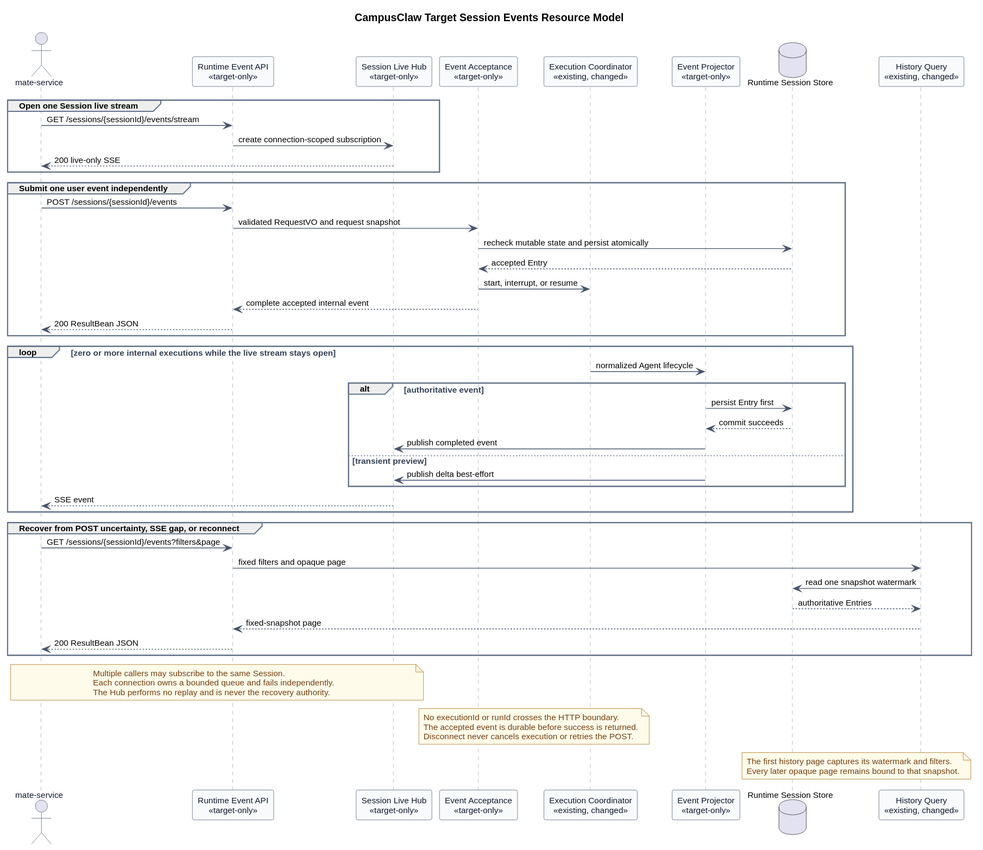
This is 01-总体架构/01-CampusClaw多Agent运行时/设计图/事件接口重设计/target_session_events_resource_model.svg from ssm0808/pi-mono-java-design, a PlantUML export, as it was before one commit. Source of this version:
```plantuml
@startuml
title CampusClaw Target Session Events Resource Model


skinparam backgroundColor #FFFFFF
skinparam shadowing false
skinparam defaultFontName Arial
skinparam defaultFontSize 11
skinparam sequence {
  ArrowColor #475569
  ActorBorderColor #475569
  ActorFontColor #0F172A
  LifeLineBorderColor #94A3B8
  LifeLineBackgroundColor #F8FAFC
  ParticipantBorderColor #475569
  ParticipantBackgroundColor #F8FAFC
  ParticipantFontColor #0F172A
  GroupBorderColor #64748B
  GroupFontColor #334155
}
skinparam note {
  BackgroundColor #FFFBEA
  BorderColor #A16207
  FontColor #713F12
}

actor "mate-service" as Mate
participant "Runtime Event API\n<<target-only>>" as API
participant "Session Live Hub\n<<target-only>>" as Hub
participant "Event Acceptance\n<<target-only>>" as Accept
participant "Execution Coordinator\n<<existing, changed>>" as Execution
participant "Event Projector\n<<target-only>>" as Projector
database "Runtime Session Store" as Store
participant "History Query\n<<existing, changed>>" as Query

group Open one Session live stream
  Mate -> API : GET /sessions/{sessionId}/events/stream
  API -> Hub : create connection-scoped subscription
  Hub --> Mate : 200 live-only SSE
end

group Submit one user event independently
  Mate -> API : POST /sessions/{sessionId}/events
  API -> Accept : validated RequestVO and request snapshot
  Accept -> Store : recheck mutable state and persist atomically
  Store --> Accept : accepted Entry
  Accept -> Execution : start, interrupt, or resume
  Accept --> API : complete accepted internal event
  API --> Mate : 200 ResultBean JSON
end

loop zero or more internal executions while the live stream stays open
  Execution -> Projector : normalized Agent lifecycle
  alt authoritative event
    Projector -> Store : persist Entry first
    Store --> Projector : commit succeeds
    Projector -> Hub : publish completed event
  else transient preview
    Projector -> Hub : publish delta best-effort
  end
  Hub --> Mate : SSE event
end

group Recover from POST uncertainty, SSE gap, or reconnect
  Mate -> API : GET /sessions/{sessionId}/events?filters&page
  API -> Query : fixed filters and opaque page
  Query -> Store : read one snapshot watermark
  Store --> Query : authoritative Entries
  Query --> API : fixed-snapshot page
  API --> Mate : 200 ResultBean JSON
end

note over Mate,Hub
Multiple callers may subscribe to the same Session.
Each connection owns a bounded queue and fails independently.
The Hub performs no replay and is never the recovery authority.
end note

note over Accept,Execution
No executionId or runId crosses the HTTP boundary.
The accepted event is durable before success is returned.
Disconnect never cancels execution or retries the POST.
end note

note over Store,Query
The first history page captures its watermark and filters.
Every later opaque page remains bound to that snapshot.
end note
@enduml
```
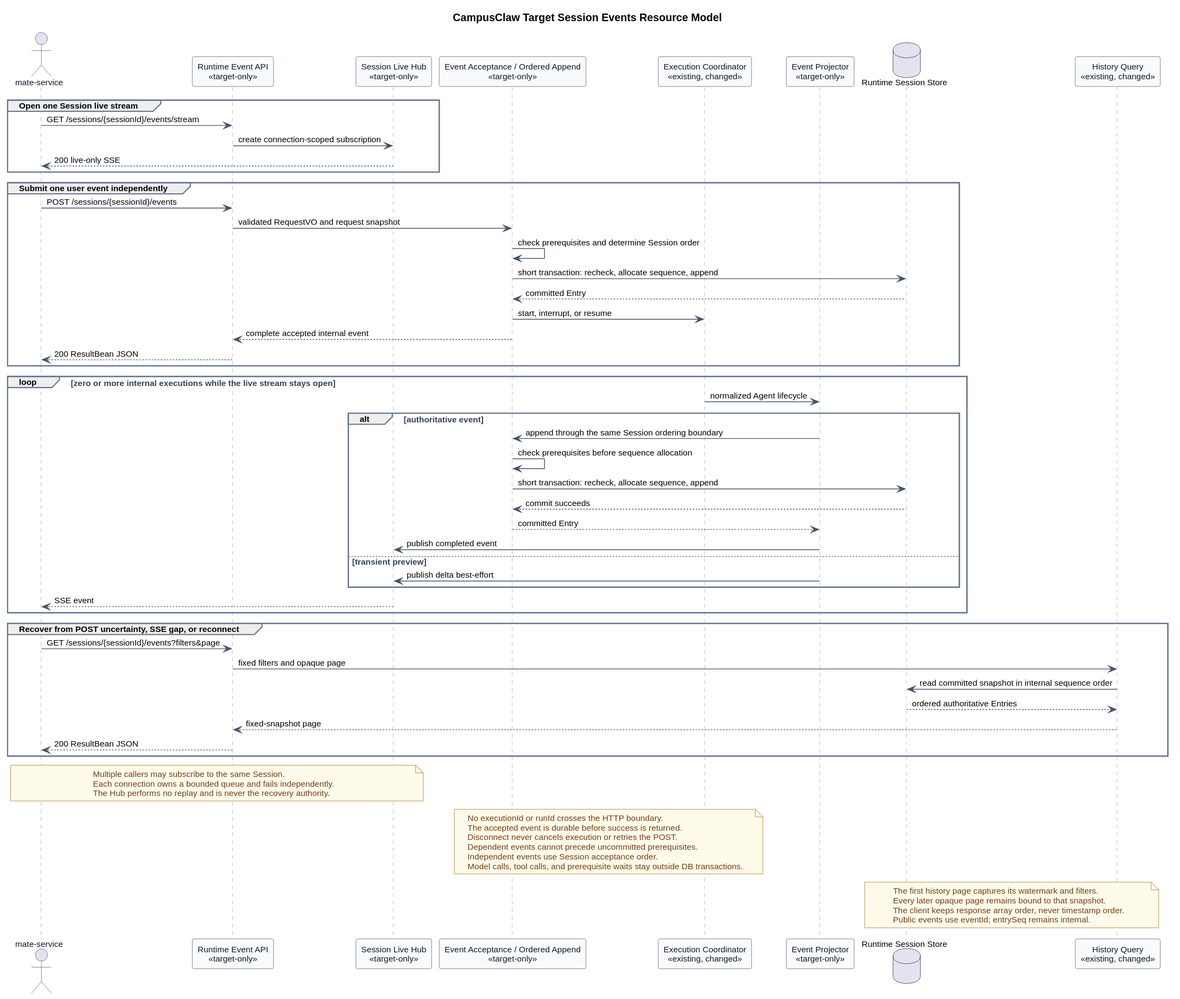
Later version of the same file.

What changed in the source:
```diff
@@ -27,7 +27,7 @@
 actor "mate-service" as Mate
 participant "Runtime Event API\n<<target-only>>" as API
 participant "Session Live Hub\n<<target-only>>" as Hub
-participant "Event Acceptance\n<<target-only>>" as Accept
+participant "Event Acceptance / Ordered Append\n<<target-only>>" as Accept
 participant "Execution Coordinator\n<<existing, changed>>" as Execution
 participant "Event Projector\n<<target-only>>" as Projector
 database "Runtime Session Store" as Store
@@ -42,8 +42,9 @@
 group Submit one user event independently
   Mate -> API : POST /sessions/{sessionId}/events
   API -> Accept : validated RequestVO and request snapshot
-  Accept -> Store : recheck mutable state and persist atomically
-  Store --> Accept : accepted Entry
+  Accept -> Accept : check prerequisites and determine Session order
+  Accept -> Store : short transaction: recheck, allocate sequence, append
+  Store --> Accept : committed Entry
   Accept -> Execution : start, interrupt, or resume
   Accept --> API : complete accepted internal event
   API --> Mate : 200 ResultBean JSON
@@ -52,8 +53,11 @@
 loop zero or more internal executions while the live stream stays open
   Execution -> Projector : normalized Agent lifecycle
   alt authoritative event
-    Projector -> Store : persist Entry first
-    Store --> Projector : commit succeeds
+    Projector -> Accept : append through the same Session ordering boundary
+    Accept -> Accept : check prerequisites before sequence allocation
+    Accept -> Store : short transaction: recheck, allocate sequence, append
+    Store --> Accept : commit succeeds
+    Accept --> Projector : committed Entry
     Projector -> Hub : publish completed event
   else transient preview
     Projector -> Hub : publish delta best-effort
@@ -64,8 +68,8 @@
 group Recover from POST uncertainty, SSE gap, or reconnect
   Mate -> API : GET /sessions/{sessionId}/events?filters&page
   API -> Query : fixed filters and opaque page
-  Query -> Store : read one snapshot watermark
-  Store --> Query : authoritative Entries
+  Query -> Store : read committed snapshot in internal sequence order
+  Store --> Query : ordered authoritative Entries
   Query --> API : fixed-snapshot page
   API --> Mate : 200 ResultBean JSON
 end
@@ -80,10 +84,15 @@
 No executionId or runId crosses the HTTP boundary.
 The accepted event is durable before success is returned.
 Disconnect never cancels execution or retries the POST.
+Dependent events cannot precede uncommitted prerequisites.
+Independent events use Session acceptance order.
+Model calls, tool calls, and prerequisite waits stay outside DB transactions.
 end note
 
 note over Store,Query
 The first history page captures its watermark and filters.
 Every later opaque page remains bound to that snapshot.
+The client keeps response array order, never timestamp order.
+Public events use eventId; entrySeq remains internal.
 end note
 @enduml
```
